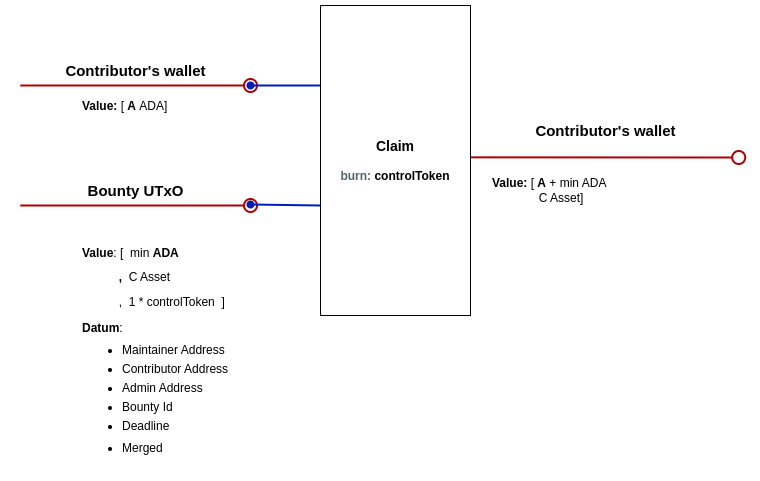
Earlier version of the draw.io export docs/img/claim.png (githoney-io/githoney-smart-contract). Source tidied: cells renumbered, new cells last; positions are measured from the earlier drawing's top-left corner, leaving out a move shared by most shapes. Its diagram source:
```xml
<mxGraphModel>
  <root>
    <mxCell id="0" />
    <mxCell id="1" parent="0" />
    <mxCell id="2" style="endArrow=oval;html=1;rounded=0;strokeWidth=2;fillColor=#e51400;strokeColor=#B20000;startArrow=none;startFill=0;endFill=0;endSize=13;" parent="1" edge="1">
      <mxGeometry relative="1" as="geometry">
        <mxPoint y="80" as="sourcePoint" />
        <mxPoint x="230" y="80" as="targetPoint" />
      </mxGeometry>
    </mxCell>
    <mxCell id="3" style="endArrow=oval;html=1;rounded=0;fillColor=#0050ef;strokeColor=#001DBC;shadow=0;strokeWidth=2;startArrow=none;startFill=0;endFill=1;endSize=6;" parent="1" edge="1">
      <mxGeometry relative="1" as="geometry">
        <mxPoint x="350" y="80" as="sourcePoint" />
        <mxPoint x="230" y="80" as="targetPoint" />
      </mxGeometry>
    </mxCell>
    <mxCell id="4" value="&lt;b&gt;Value: &lt;/b&gt;[&lt;b&gt;&amp;nbsp;A&lt;/b&gt;&amp;nbsp;ADA&lt;span style=&quot;background-color: initial;&quot;&gt;]&lt;/span&gt;" style="text;html=1;strokeColor=none;fillColor=none;align=left;verticalAlign=middle;whiteSpace=wrap;rounded=0;" parent="1" vertex="1">
      <mxGeometry x="60" y="80" width="174" height="41" as="geometry" />
    </mxCell>
    <mxCell id="5" style="endArrow=oval;html=1;rounded=0;strokeWidth=2;fillColor=#e51400;strokeColor=#B20000;startArrow=none;startFill=0;endFill=0;endSize=13;exitX=1.015;exitY=0.384;exitDx=0;exitDy=0;exitPerimeter=0;" parent="1" edge="1">
      <mxGeometry relative="1" as="geometry">
        <mxPoint x="450" y="151.8" as="sourcePoint" />
        <mxPoint x="718.2" y="152" as="targetPoint" />
      </mxGeometry>
    </mxCell>
    <mxCell id="6" value="&lt;font style=&quot;&quot;&gt;&lt;span style=&quot;font-weight: bold; font-size: 14px;&quot;&gt;Claim&lt;br&gt;&lt;/span&gt;&lt;/font&gt;&lt;br&gt;&lt;b&gt;&lt;font color=&quot;#536569&quot;&gt;burn:&amp;nbsp;&lt;/font&gt;controlToken&lt;/b&gt;" style="rounded=0;whiteSpace=wrap;html=1;" parent="1" vertex="1">
      <mxGeometry x="300" width="150" height="310" as="geometry" />
    </mxCell>
    <mxCell id="7" value="&lt;font style=&quot;font-size: 15px;&quot;&gt;&lt;b style=&quot;font-size: 12px;&quot;&gt;&lt;font style=&quot;font-size: 15px;&quot;&gt;Contributor's wallet&lt;/font&gt;&lt;/b&gt;&lt;b&gt;&lt;br&gt;&lt;/b&gt;&lt;/font&gt;" style="text;html=1;align=center;verticalAlign=middle;strokeColor=none;fillColor=none;" parent="1" vertex="1">
      <mxGeometry x="35" y="50" width="160" height="30" as="geometry" />
    </mxCell>
    <mxCell id="8" value="&lt;font style=&quot;font-size: 15px;&quot;&gt;&lt;b style=&quot;font-size: 12px;&quot;&gt;&lt;font style=&quot;font-size: 15px;&quot;&gt;Contributor's&lt;/font&gt;&lt;/b&gt;&lt;b style=&quot;font-size: 12px;&quot;&gt;&lt;font style=&quot;font-size: 15px;&quot;&gt;&amp;nbsp;wallet&lt;/font&gt;&lt;/b&gt;&lt;b&gt;&lt;br&gt;&lt;/b&gt;&lt;/font&gt;" style="text;html=1;align=center;verticalAlign=middle;strokeColor=none;fillColor=none;" parent="1" vertex="1">
      <mxGeometry x="505.2" y="110" width="160" height="30" as="geometry" />
    </mxCell>
    <mxCell id="9" style="endArrow=oval;html=1;rounded=0;strokeWidth=2;fillColor=#e51400;strokeColor=#B20000;startArrow=none;startFill=0;endFill=0;endSize=13;" parent="1" edge="1">
      <mxGeometry relative="1" as="geometry">
        <mxPoint y="200" as="sourcePoint" />
        <mxPoint x="230" y="200" as="targetPoint" />
      </mxGeometry>
    </mxCell>
    <mxCell id="10" style="endArrow=oval;html=1;rounded=0;fillColor=#0050ef;strokeColor=#001DBC;shadow=0;strokeWidth=2;startArrow=none;startFill=0;endFill=1;endSize=6;" parent="1" edge="1">
      <mxGeometry relative="1" as="geometry">
        <mxPoint x="300" y="200" as="sourcePoint" />
        <mxPoint x="230" y="199" as="targetPoint" />
      </mxGeometry>
    </mxCell>
    <mxCell id="11" value="&lt;font style=&quot;font-size: 15px;&quot;&gt;&lt;b&gt;Bounty UTxO&lt;/b&gt;&lt;/font&gt;" style="text;html=1;align=center;verticalAlign=middle;strokeColor=none;fillColor=none;" parent="1" vertex="1">
      <mxGeometry x="55" y="170" width="120" height="30" as="geometry" />
    </mxCell>
    <mxCell id="12" value="&lt;p style=&quot;line-height: 100%;&quot;&gt;&lt;b&gt;Value&lt;/b&gt;: [&amp;nbsp; min&lt;b&gt;&amp;nbsp;ADA&lt;/b&gt;&lt;/p&gt;&lt;p style=&quot;line-height: 100%;&quot;&gt;&lt;b&gt;&lt;span style=&quot;white-space: pre;&quot;&gt;&#9;&lt;/span&gt;&amp;nbsp; &amp;nbsp;,&amp;nbsp; &lt;/b&gt;C Asset&lt;br&gt;&lt;/p&gt;&lt;span style=&quot;background-color: initial;&quot;&gt;&amp;nbsp; &amp;nbsp; &amp;nbsp; &amp;nbsp; &amp;nbsp; &amp;nbsp;,&amp;nbsp; 1 * controlToken&lt;/span&gt;&lt;b style=&quot;background-color: initial;&quot;&gt;&amp;nbsp;&amp;nbsp;&lt;/b&gt;&lt;span style=&quot;background-color: initial;&quot;&gt;]&amp;nbsp;&lt;/span&gt;&lt;div&gt;&lt;p style=&quot;line-height: 100%;&quot;&gt;&lt;b&gt;Datum&lt;/b&gt;:&lt;/p&gt;&lt;ul style=&quot;line-height: 80%;&quot;&gt;&lt;li&gt;Maintainer Address&lt;br&gt;&lt;br&gt;&lt;/li&gt;&lt;li&gt;Contributor Address&lt;/li&gt;&lt;br&gt;&lt;li&gt;Admin Address&amp;nbsp; &amp;nbsp;&lt;br&gt;&amp;nbsp; &amp;nbsp; &amp;nbsp; &amp;nbsp;&amp;nbsp;&lt;/li&gt;&lt;li&gt;Bounty Id&lt;br&gt;&lt;br&gt;&lt;/li&gt;&lt;li&gt;Deadline&lt;/li&gt;&lt;/ul&gt;&lt;ul style=&quot;line-height: 80%;&quot;&gt;&lt;li&gt;Merged&lt;br&gt;&lt;/li&gt;&lt;/ul&gt;&lt;p&gt;&lt;/p&gt;&lt;/div&gt;" style="text;html=1;strokeColor=none;fillColor=none;align=left;verticalAlign=middle;whiteSpace=wrap;rounded=0;" parent="1" vertex="1">
      <mxGeometry x="60" y="220" width="437.4" height="250" as="geometry" />
    </mxCell>
    <mxCell id="13" value="&lt;b&gt;Value: &lt;/b&gt;[&lt;b&gt;&amp;nbsp;A&lt;/b&gt;&amp;nbsp;+ min ADA&lt;br&gt;&lt;div&gt;&lt;span style=&quot;white-space: pre;&quot;&gt;&#9;&lt;/span&gt;&amp;nbsp; &amp;nbsp; &amp;nbsp; C Asset]&lt;/div&gt;" style="text;html=1;strokeColor=none;fillColor=none;align=left;verticalAlign=middle;whiteSpace=wrap;rounded=0;" parent="1" vertex="1">
      <mxGeometry x="470" y="164.5" width="174" height="41" as="geometry" />
    </mxCell>
  </root>
</mxGraphModel>
```
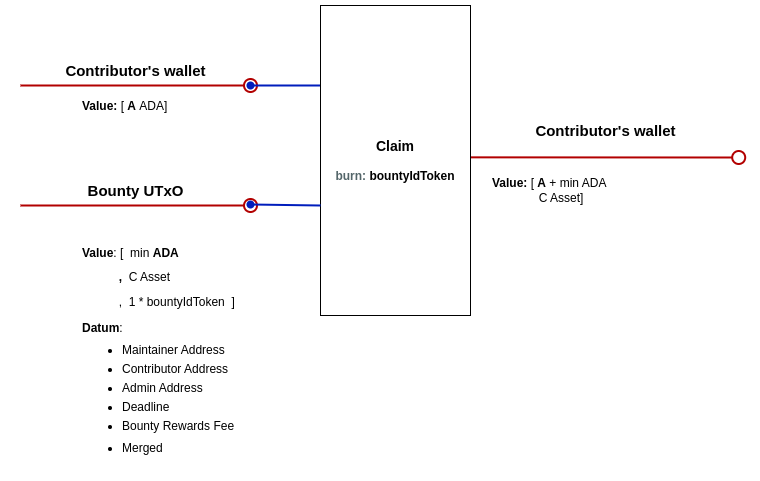
Later version of the same file.

Diff of the diagram source:
```diff
@@ -23,7 +23,7 @@
         <mxPoint x="718.2" y="152" as="targetPoint" />
       </mxGeometry>
     </mxCell>
-    <mxCell id="6" value="&lt;font style=&quot;&quot;&gt;&lt;span style=&quot;font-weight: bold; font-size: 14px;&quot;&gt;Claim&lt;br&gt;&lt;/span&gt;&lt;/font&gt;&lt;br&gt;&lt;b&gt;&lt;font color=&quot;#536569&quot;&gt;burn:&amp;nbsp;&lt;/font&gt;controlToken&lt;/b&gt;" style="rounded=0;whiteSpace=wrap;html=1;" parent="1" vertex="1">
+    <mxCell id="6" value="&lt;font style=&quot;&quot;&gt;&lt;span style=&quot;font-weight: bold; font-size: 14px;&quot;&gt;Claim&lt;br&gt;&lt;/span&gt;&lt;/font&gt;&lt;br&gt;&lt;b&gt;&lt;font color=&quot;#536569&quot;&gt;burn:&amp;nbsp;&lt;/font&gt;bountyIdToken&lt;/b&gt;" style="rounded=0;whiteSpace=wrap;html=1;" parent="1" vertex="1">
       <mxGeometry x="300" width="150" height="310" as="geometry" />
     </mxCell>
     <mxCell id="7" value="&lt;font style=&quot;font-size: 15px;&quot;&gt;&lt;b style=&quot;font-size: 12px;&quot;&gt;&lt;font style=&quot;font-size: 15px;&quot;&gt;Contributor's wallet&lt;/font&gt;&lt;/b&gt;&lt;b&gt;&lt;br&gt;&lt;/b&gt;&lt;/font&gt;" style="text;html=1;align=center;verticalAlign=middle;strokeColor=none;fillColor=none;" parent="1" vertex="1">
@@ -47,7 +47,7 @@
     <mxCell id="11" value="&lt;font style=&quot;font-size: 15px;&quot;&gt;&lt;b&gt;Bounty UTxO&lt;/b&gt;&lt;/font&gt;" style="text;html=1;align=center;verticalAlign=middle;strokeColor=none;fillColor=none;" parent="1" vertex="1">
       <mxGeometry x="55" y="170" width="120" height="30" as="geometry" />
     </mxCell>
-    <mxCell id="12" value="&lt;p style=&quot;line-height: 100%;&quot;&gt;&lt;b&gt;Value&lt;/b&gt;: [&amp;nbsp; min&lt;b&gt;&amp;nbsp;ADA&lt;/b&gt;&lt;/p&gt;&lt;p style=&quot;line-height: 100%;&quot;&gt;&lt;b&gt;&lt;span style=&quot;white-space: pre;&quot;&gt;&#9;&lt;/span&gt;&amp;nbsp; &amp;nbsp;,&amp;nbsp; &lt;/b&gt;C Asset&lt;br&gt;&lt;/p&gt;&lt;span style=&quot;background-color: initial;&quot;&gt;&amp;nbsp; &amp;nbsp; &amp;nbsp; &amp;nbsp; &amp;nbsp; &amp;nbsp;,&amp;nbsp; 1 * controlToken&lt;/span&gt;&lt;b style=&quot;background-color: initial;&quot;&gt;&amp;nbsp;&amp;nbsp;&lt;/b&gt;&lt;span style=&quot;background-color: initial;&quot;&gt;]&amp;nbsp;&lt;/span&gt;&lt;div&gt;&lt;p style=&quot;line-height: 100%;&quot;&gt;&lt;b&gt;Datum&lt;/b&gt;:&lt;/p&gt;&lt;ul style=&quot;line-height: 80%;&quot;&gt;&lt;li&gt;Maintainer Address&lt;br&gt;&lt;br&gt;&lt;/li&gt;&lt;li&gt;Contributor Address&lt;/li&gt;&lt;br&gt;&lt;li&gt;Admin Address&amp;nbsp; &amp;nbsp;&lt;br&gt;&amp;nbsp; &amp;nbsp; &amp;nbsp; &amp;nbsp;&amp;nbsp;&lt;/li&gt;&lt;li&gt;Bounty Id&lt;br&gt;&lt;br&gt;&lt;/li&gt;&lt;li&gt;Deadline&lt;/li&gt;&lt;/ul&gt;&lt;ul style=&quot;line-height: 80%;&quot;&gt;&lt;li&gt;Merged&lt;br&gt;&lt;/li&gt;&lt;/ul&gt;&lt;p&gt;&lt;/p&gt;&lt;/div&gt;" style="text;html=1;strokeColor=none;fillColor=none;align=left;verticalAlign=middle;whiteSpace=wrap;rounded=0;" parent="1" vertex="1">
+    <mxCell id="12" value="&lt;p style=&quot;line-height: 100%;&quot;&gt;&lt;b&gt;Value&lt;/b&gt;: [&amp;nbsp; min&lt;b&gt;&amp;nbsp;ADA&lt;/b&gt;&lt;/p&gt;&lt;p style=&quot;line-height: 100%;&quot;&gt;&lt;b&gt;&lt;span style=&quot;white-space: pre;&quot;&gt;&#9;&lt;/span&gt;&amp;nbsp; &amp;nbsp;,&amp;nbsp; &lt;/b&gt;C Asset&lt;br&gt;&lt;/p&gt;&lt;span style=&quot;background-color: initial;&quot;&gt;&amp;nbsp; &amp;nbsp; &amp;nbsp; &amp;nbsp; &amp;nbsp; &amp;nbsp;,&amp;nbsp; 1 * bountyIdToken&lt;/span&gt;&lt;b style=&quot;background-color: initial;&quot;&gt;&amp;nbsp;&amp;nbsp;&lt;/b&gt;&lt;span style=&quot;background-color: initial;&quot;&gt;]&amp;nbsp;&lt;/span&gt;&lt;div&gt;&lt;p style=&quot;line-height: 100%;&quot;&gt;&lt;b&gt;Datum&lt;/b&gt;:&lt;/p&gt;&lt;ul style=&quot;line-height: 80%;&quot;&gt;&lt;li&gt;Maintainer Address&lt;br&gt;&lt;br&gt;&lt;/li&gt;&lt;li&gt;Contributor Address&lt;/li&gt;&lt;br&gt;&lt;li&gt;Admin Address&amp;nbsp; &amp;nbsp;&lt;br&gt;&amp;nbsp; &amp;nbsp; &amp;nbsp; &amp;nbsp;&lt;/li&gt;&lt;li&gt;Deadline&lt;br&gt;&lt;br&gt;&lt;/li&gt;&lt;li&gt;Bounty Rewards Fee&lt;/li&gt;&lt;/ul&gt;&lt;ul style=&quot;line-height: 80%;&quot;&gt;&lt;li&gt;Merged&lt;br&gt;&lt;/li&gt;&lt;/ul&gt;&lt;p&gt;&lt;/p&gt;&lt;/div&gt;" style="text;html=1;strokeColor=none;fillColor=none;align=left;verticalAlign=middle;whiteSpace=wrap;rounded=0;" parent="1" vertex="1">
       <mxGeometry x="60" y="220" width="437.4" height="250" as="geometry" />
     </mxCell>
     <mxCell id="13" value="&lt;b&gt;Value: &lt;/b&gt;[&lt;b&gt;&amp;nbsp;A&lt;/b&gt;&amp;nbsp;+ min ADA&lt;br&gt;&lt;div&gt;&lt;span style=&quot;white-space: pre;&quot;&gt;&#9;&lt;/span&gt;&amp;nbsp; &amp;nbsp; &amp;nbsp; C Asset]&lt;/div&gt;" style="text;html=1;strokeColor=none;fillColor=none;align=left;verticalAlign=middle;whiteSpace=wrap;rounded=0;" parent="1" vertex="1">
```
